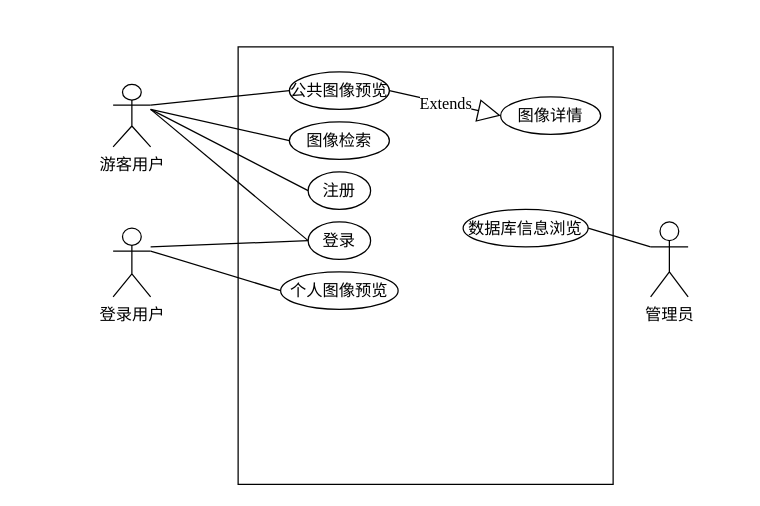
This is 系统用例图.drawio from LiSoulSpace/GitBook, a draw.io file, before an edit. Source tidied: cells renumbered, new cells numbered last; positions are measured from the earlier drawing's top-left corner, leaving out a move shared by most shapes. Both pictures are drawn from the tidied source at 125%, with x=0, y=0 at pixel (112, 46).
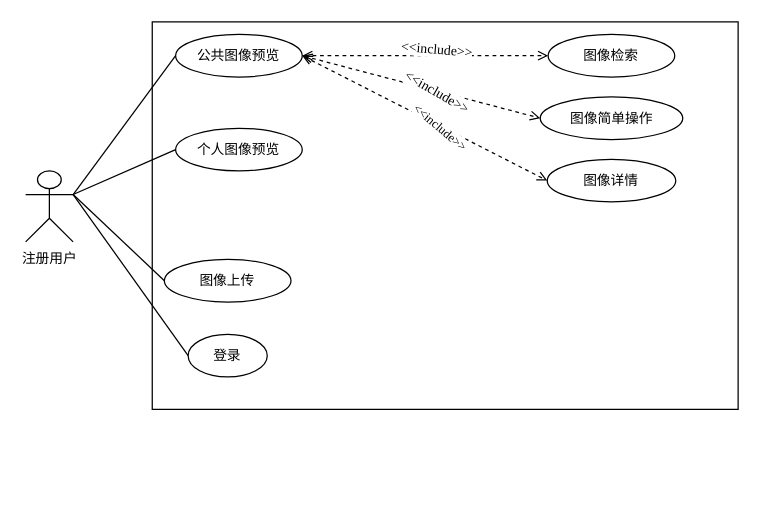
After the change.

Commit message (it also covers changes not shown here):
更新系统用例图.drawio

What changed in the source:
```diff
@@
+    <mxCell id="21" style="rounded=0;jettySize=auto;html=1;exitX=1;exitY=0.3333333333333333;exitDx=0;exitDy=0;exitPerimeter=0;entryX=0;entryY=0.5;entryDx=0;entryDy=0;startArrow=none;startFill=0;endArrow=none;endFill=0;" parent="1" edge="1" source="2" target="20">
+      <mxGeometry relative="1" as="geometry" />
+    </mxCell>
+    <mxCell id="22" style="rounded=0;jettySize=auto;html=1;exitX=1;exitY=0.3333333333333333;exitDx=0;exitDy=0;exitPerimeter=0;entryX=0;entryY=0.5;entryDx=0;entryDy=0;endArrow=none;endFill=0;" parent="1" edge="1" source="2" target="29">
+      <mxGeometry relative="1" as="geometry" />
+    </mxCell>
-    <mxCell id="2" value="游客用户" style="shape=umlActor;verticalLabelPosition=bottom;verticalAlign=top;html=1;fontSize=13;fontFamily=宋体;" parent="1" vertex="1">
-      <mxGeometry y="30" width="30" height="50" as="geometry" />
+    <mxCell id="2" value="注册用户" style="shape=umlActor;verticalLabelPosition=bottom;verticalAlign=top;html=1;fontSize=11;fontFamily=宋体;" parent="1" vertex="1">
+      <mxGeometry x="-70" y="99.2" width="38" height="56.8" as="geometry" />
     </mxCell>
-    <mxCell id="3" style="rounded=0;jettySize=auto;html=1;exitX=0;exitY=0.3333333333333333;exitDx=0;exitDy=0;exitPerimeter=0;entryX=1;entryY=0.5;entryDx=0;entryDy=0;endArrow=none;endFill=0;" parent="1" edge="1" source="4" target="18">
-      <mxGeometry relative="1" as="geometry" />
-    </mxCell>
-    <mxCell id="4" value="管理员" style="shape=umlActor;verticalLabelPosition=bottom;verticalAlign=top;html=1;fontSize=13;fontFamily=宋体;" parent="1" vertex="1">
-      <mxGeometry x="430" y="140" width="30" height="60" as="geometry" />
-    </mxCell>
-    <mxCell id="5" style="rounded=0;jettySize=auto;html=1;exitX=1;exitY=0.3333333333333333;exitDx=0;exitDy=0;exitPerimeter=0;entryX=0;entryY=0.5;entryDx=0;entryDy=0;endArrow=none;endFill=0;" parent="1" edge="1" source="6" target="20">
-      <mxGeometry relative="1" as="geometry" />
-    </mxCell>
-    <mxCell id="6" value="登录用户" style="shape=umlActor;verticalLabelPosition=bottom;verticalAlign=top;html=1;fontSize=13;fontFamily=宋体;" parent="1" vertex="1">
-      <mxGeometry y="145" width="30" height="55" as="geometry" />
-    </mxCell>
-    <mxCell id="7" style="html=1;whiteSpace=wrap;fillColor=none;" parent="1" vertex="1">
-      <mxGeometry x="100" width="300" height="350" as="geometry" />
+    <mxCell id="7" style="html=1;whiteSpace=wrap;fillColor=none;fontSize=11;" parent="1" vertex="1">
+      <mxGeometry x="31.3" y="-20" width="468.7" height="310" as="geometry" />
     </mxCell>
-    <mxCell id="8" value="公共图像预览" style="ellipse;whiteSpace=wrap;html=1;fontSize=13;fontFamily=宋体;" parent="1" vertex="1">
-      <mxGeometry x="141" y="20" width="80" height="30" as="geometry" />
+    <mxCell id="8" value="公共图像预览" style="ellipse;whiteSpace=wrap;html=1;fontSize=11;fontFamily=宋体;" parent="1" vertex="1">
+      <mxGeometry x="50" y="-10" width="101.3" height="34.1" as="geometry" />
     </mxCell>
-    <mxCell id="9" style="endArrow=none;html=1;rounded=0;exitX=1;exitY=0.3333333333333333;exitDx=0;exitDy=0;exitPerimeter=0;entryX=0;entryY=0.5;entryDx=0;entryDy=0;endFill=0;" parent="1" edge="1" source="2" target="8">
+    <mxCell id="9" style="endArrow=none;html=1;rounded=0;exitX=1;exitY=0.3333333333333333;exitDx=0;exitDy=0;exitPerimeter=0;entryX=0;entryY=0.5;entryDx=0;entryDy=0;endFill=0;fontSize=11;" parent="1" edge="1" source="2" target="8">
       <mxGeometry relative="1" as="geometry" />
     </mxCell>
-    <mxCell id="10" value="登录" style="ellipse;whiteSpace=wrap;html=1;fontSize=13;fontFamily=宋体;" parent="1" vertex="1">
-      <mxGeometry x="156" y="140" width="50" height="30" as="geometry" />
+    <mxCell id="10" value="登录" style="ellipse;whiteSpace=wrap;html=1;fontSize=11;fontFamily=宋体;" parent="1" vertex="1">
+      <mxGeometry x="60" y="230" width="63.3" height="34.1" as="geometry" />
     </mxCell>
-    <mxCell id="11" value="注册" style="ellipse;whiteSpace=wrap;html=1;fontSize=13;fontFamily=宋体;" parent="1" vertex="1">
-      <mxGeometry x="156" y="100" width="50" height="30" as="geometry" />
-    </mxCell>
-    <mxCell id="12" style="endArrow=none;html=1;rounded=0;entryX=0;entryY=0.5;entryDx=0;entryDy=0;endFill=0;" parent="1" edge="1" target="10">
-      <mxGeometry relative="1" as="geometry">
-        <mxPoint x="30" y="160" as="sourcePoint" />
-      </mxGeometry>
-    </mxCell>
-    <mxCell id="13" style="endArrow=none;html=1;rounded=0;entryX=0;entryY=0.5;entryDx=0;entryDy=0;endFill=0;" parent="1" edge="1" target="11">
-      <mxGeometry relative="1" as="geometry">
-        <mxPoint x="30" y="50" as="sourcePoint" />
-      </mxGeometry>
-    </mxCell>
-    <mxCell id="14" style="endArrow=none;html=1;rounded=0;entryX=0;entryY=0.5;entryDx=0;entryDy=0;endFill=0;" parent="1" edge="1" target="10">
-      <mxGeometry relative="1" as="geometry">
-        <mxPoint x="30" y="50" as="sourcePoint" />
-      </mxGeometry>
+    <mxCell id="14" style="endArrow=none;html=1;rounded=0;entryX=0;entryY=0.5;entryDx=0;entryDy=0;endFill=0;exitX=1;exitY=0.3333333333333333;exitDx=0;exitDy=0;exitPerimeter=0;fontSize=11;" parent="1" edge="1" source="2" target="10">
+      <mxGeometry relative="1" as="geometry" />
     </mxCell>
+    <mxCell id="16" value="图像详情" style="ellipse;whiteSpace=wrap;html=1;fontSize=11;fontFamily=宋体;" parent="1" vertex="1">
+      <mxGeometry x="347.3" y="90" width="102.8" height="34" as="geometry" />
+    </mxCell>
+    <mxCell id="19" style="rounded=0;jettySize=auto;html=1;exitX=1;exitY=0.5;exitDx=0;exitDy=0;entryX=0;entryY=0.5;entryDx=0;entryDy=0;dashed=1;startArrow=open;startFill=0;endArrow=open;endFill=0;" parent="1" edge="1" source="8" target="16">
+      <mxGeometry relative="1" as="geometry" />
+    </mxCell>
+    <mxCell id="23" value="&amp;lt;&amp;lt;include&amp;gt;&amp;gt;" style="edgeLabel;html=1;align=center;verticalAlign=middle;fontFamily=Times New Roman;fontSize=10;rotation=40;" parent="19" vertex="1">
+      <mxGeometry x="0.13" relative="1" as="geometry" />
+    </mxCell>
-    <mxCell id="15" value="图像检索" style="ellipse;whiteSpace=wrap;html=1;fontSize=13;fontFamily=宋体;" parent="1" vertex="1">
-      <mxGeometry x="141" y="60" width="80" height="30" as="geometry" />
+    <mxCell id="15" value="图像检索" style="ellipse;whiteSpace=wrap;html=1;fontSize=11;fontFamily=宋体;" parent="1" vertex="1">
+      <mxGeometry x="348" y="-10" width="101.3" height="34.1" as="geometry" />
     </mxCell>
-    <mxCell id="16" value="图像详情" style="ellipse;whiteSpace=wrap;html=1;fontSize=13;fontFamily=宋体;" parent="1" vertex="1">
-      <mxGeometry x="310" y="40" width="80" height="30" as="geometry" />
-    </mxCell>
-    <mxCell id="17" style="endArrow=none;html=1;rounded=0;entryX=0;entryY=0.5;entryDx=0;entryDy=0;endFill=0;" parent="1" edge="1" target="15">
-      <mxGeometry relative="1" as="geometry">
-        <mxPoint x="30" y="50" as="sourcePoint" />
-      </mxGeometry>
-    </mxCell>
-    <mxCell id="18" value="数据库信息浏览" style="ellipse;whiteSpace=wrap;html=1;fontSize=13;fontFamily=宋体;" parent="1" vertex="1">
-      <mxGeometry x="280" y="130" width="100" height="30" as="geometry" />
-    </mxCell>
-    <mxCell id="19" value="Extends" style="endArrow=block;endSize=16;endFill=0;html=1;rounded=0;exitX=1;exitY=0.5;exitDx=0;exitDy=0;entryX=0;entryY=0.5;entryDx=0;entryDy=0;fontSize=13;fontFamily=Times New Roman;" parent="1" edge="1" source="8" target="16">
-      <mxGeometry relative="1" as="geometry" />
-    </mxCell>
+    <mxCell id="24" value="图像简单操作" style="ellipse;whiteSpace=wrap;html=1;fontSize=11;fontFamily=宋体;" parent="1" vertex="1">
+      <mxGeometry x="341.7" y="40" width="114" height="34.1" as="geometry" />
+    </mxCell>
+    <mxCell id="25" style="rounded=0;jettySize=auto;html=1;exitX=1;exitY=0.5;exitDx=0;exitDy=0;entryX=0;entryY=0.5;entryDx=0;entryDy=0;dashed=1;startArrow=open;startFill=0;endArrow=open;endFill=0;fontSize=11;" parent="1" edge="1" source="8" target="24">
+      <mxGeometry relative="1" as="geometry" />
+    </mxCell>
+    <mxCell id="26" value="&amp;lt;&amp;lt;include&amp;gt;&amp;gt;" style="edgeLabel;html=1;align=center;verticalAlign=middle;fontSize=11;fontFamily=Times New Roman;rotation=30;" parent="25" vertex="1">
+      <mxGeometry x="0.11" y="1" relative="1" as="geometry">
+        <mxPoint x="2" y="2" as="offset" />
+      </mxGeometry>
+    </mxCell>
+    <mxCell id="27" style="rounded=0;jettySize=auto;html=1;exitX=1;exitY=0.5;exitDx=0;exitDy=0;entryX=0;entryY=0.5;entryDx=0;entryDy=0;dashed=1;startArrow=open;startFill=0;endArrow=open;endFill=0;fontSize=11;" parent="1" edge="1" source="8" target="15">
+      <mxGeometry relative="1" as="geometry" />
+    </mxCell>
+    <mxCell id="28" value="&amp;lt;&amp;lt;include&amp;gt;&amp;gt;" style="edgeLabel;html=1;align=center;verticalAlign=middle;fontSize=11;fontFamily=Times New Roman;rotation=5;" parent="27" vertex="1">
+      <mxGeometry x="0.11" y="1" relative="1" as="geometry">
+        <mxPoint x="-2" y="-5" as="offset" />
+      </mxGeometry>
+    </mxCell>
-    <mxCell id="20" value="个人图像预览" style="ellipse;whiteSpace=wrap;html=1;fontSize=13;fontFamily=宋体;" parent="1" vertex="1">
-      <mxGeometry x="134" y="180" width="94" height="30" as="geometry" />
+    <mxCell id="20" value="个人图像预览" style="ellipse;whiteSpace=wrap;html=1;fontSize=11;fontFamily=宋体;" parent="1" vertex="1">
+      <mxGeometry x="50" y="65.1" width="101.3" height="34.1" as="geometry" />
     </mxCell>
+    <mxCell id="29" value="图像上传" style="ellipse;whiteSpace=wrap;html=1;fontSize=11;fontFamily=宋体;" parent="1" vertex="1">
+      <mxGeometry x="41" y="170" width="101.3" height="34.1" as="geometry" />
+    </mxCell>
```
